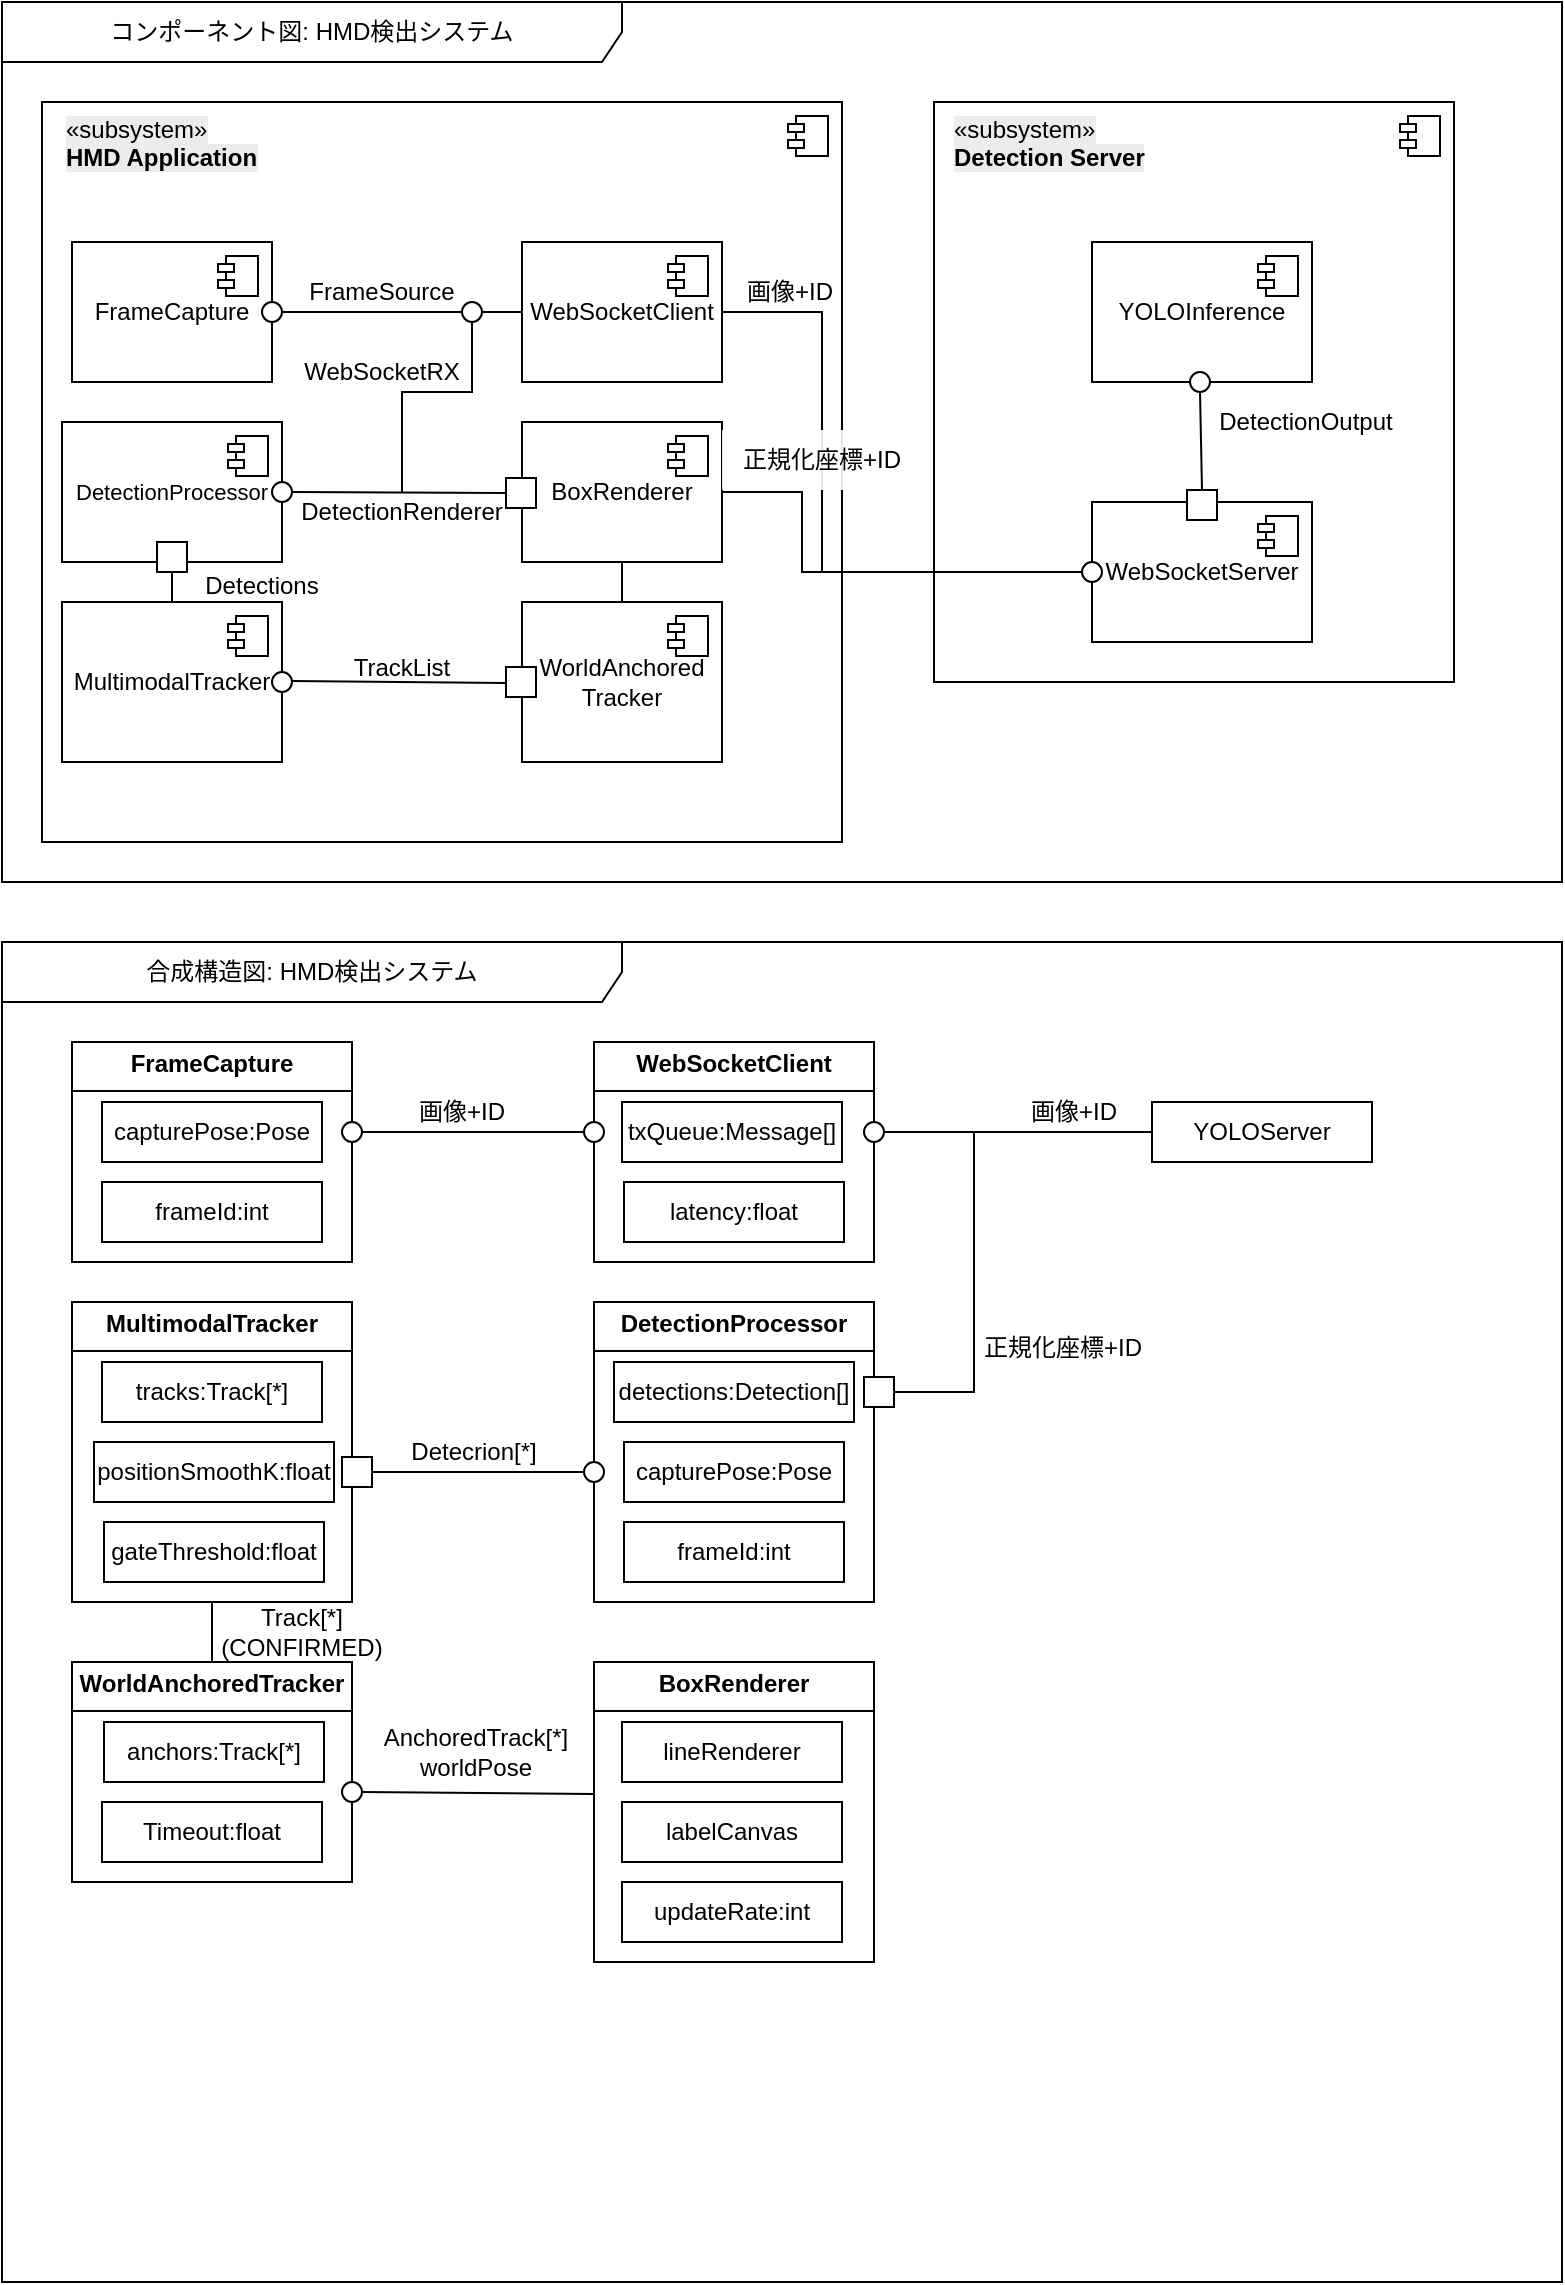
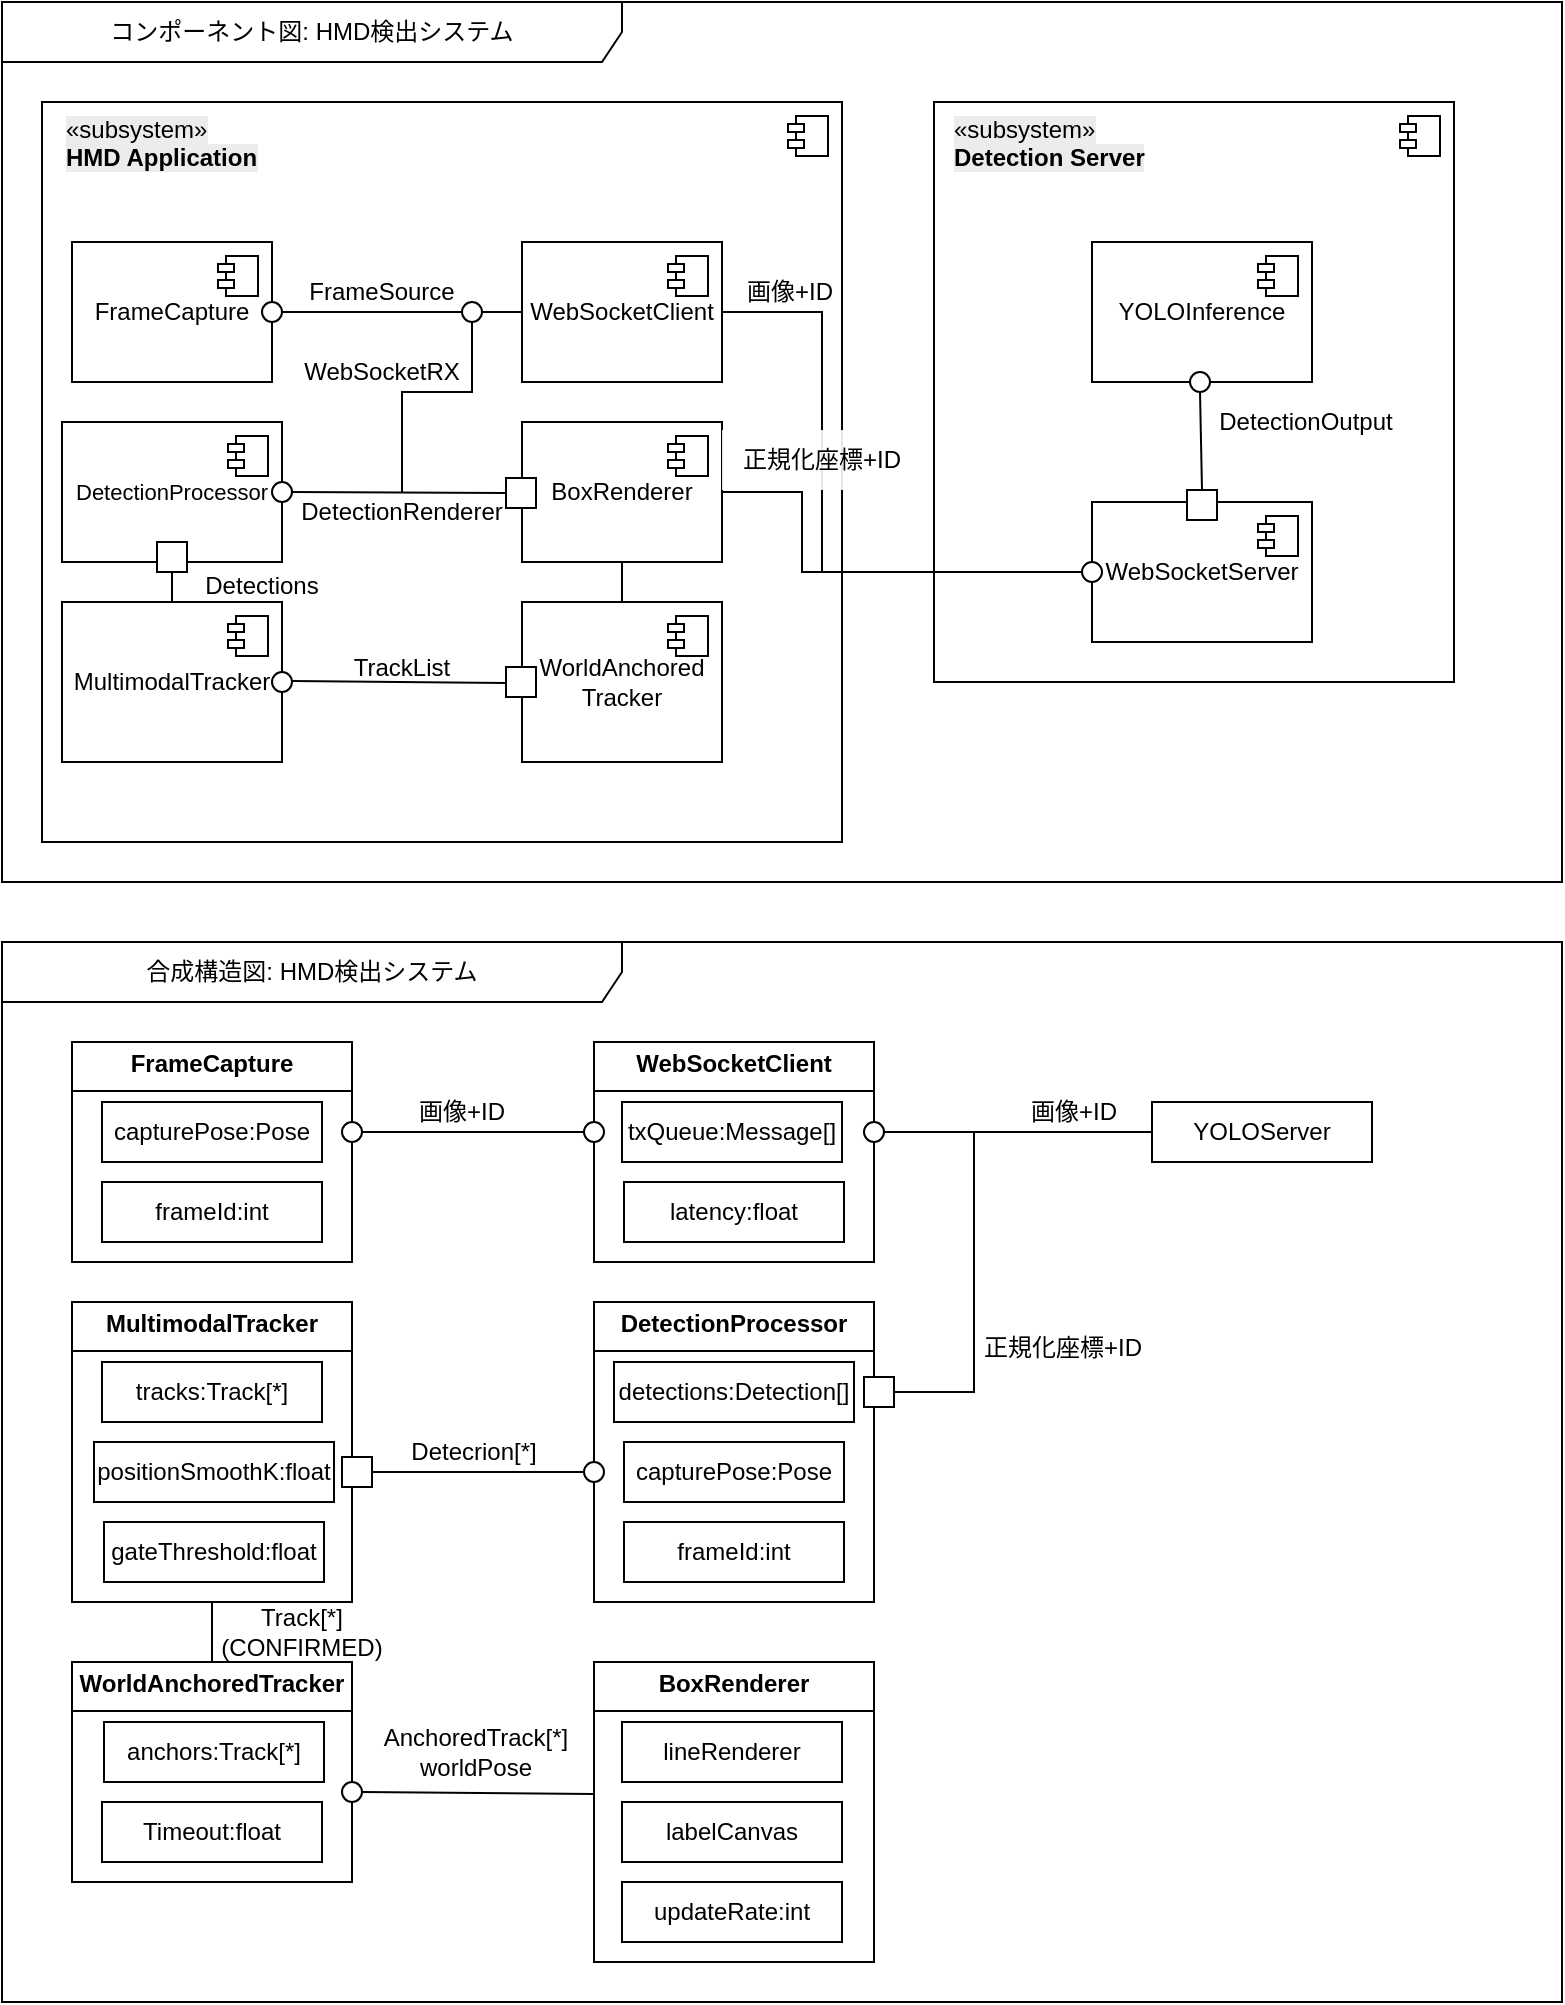
<mxfile host="app.diagrams.net">
  <diagram name="ページ-1" id="DtH6AvwE5zcW3kwFTXOg">
-     <mxGraphModel dx="1609" dy="918" grid="1" gridSize="10" guides="1" tooltips="1" connect="1" arrows="1" fold="1" page="1" pageScale="1" pageWidth="827" pageHeight="1169" math="0" shadow="0">
+     <mxGraphModel dx="1303" dy="743" grid="1" gridSize="10" guides="1" tooltips="1" connect="1" arrows="1" fold="1" page="1" pageScale="1" pageWidth="827" pageHeight="1169" math="0" shadow="0">
      <root>
        <mxCell id="0" />
        <mxCell id="1" parent="0" />
        <mxCell id="3QeEdlnvxezNMO2gkXxy-1" parent="1" style="shape=umlFrame;whiteSpace=wrap;html=1;pointerEvents=0;width=310;height=30;" value="コンポーネント図: HMD検出システム" vertex="1">
          <mxGeometry height="440" width="780" x="24" y="10" as="geometry" />
        </mxCell>
        <mxCell id="3QeEdlnvxezNMO2gkXxy-2" parent="1" style="html=1;dropTarget=0;whiteSpace=wrap;align=left;" value="" vertex="1">
          <mxGeometry height="370" width="400" x="44" y="60" as="geometry" />
        </mxCell>
        <mxCell id="3QeEdlnvxezNMO2gkXxy-3" parent="3QeEdlnvxezNMO2gkXxy-2" style="shape=module;jettyWidth=8;jettyHeight=4;" value="" vertex="1">
          <mxGeometry height="20" relative="1" width="20" x="1" as="geometry">
            <mxPoint x="-27" y="7" as="offset" />
          </mxGeometry>
        </mxCell>
        <mxCell id="3QeEdlnvxezNMO2gkXxy-4" parent="1" style="text;whiteSpace=wrap;html=1;" value="&lt;span&gt;&lt;span style=&quot;color: rgb(0, 0, 0); font-family: Helvetica; font-size: 12px; font-style: normal; font-variant-ligatures: normal; font-variant-caps: normal; font-weight: 400; letter-spacing: normal; orphans: 2; text-align: left; text-indent: 0px; text-transform: none; widows: 2; word-spacing: 0px; -webkit-text-stroke-width: 0px; white-space: normal; text-decoration-thickness: initial; text-decoration-style: initial; text-decoration-color: initial; float: none; display: inline !important; background-color: rgb(236, 236, 236);&quot;&gt;«subsystem»&lt;/span&gt;&lt;br style=&quot;forced-color-adjust: none; color: rgb(0, 0, 0); font-family: Helvetica; font-size: 12px; font-style: normal; font-variant-ligatures: normal; font-variant-caps: normal; font-weight: 400; letter-spacing: normal; orphans: 2; text-align: left; text-indent: 0px; text-transform: none; widows: 2; word-spacing: 0px; -webkit-text-stroke-width: 0px; white-space: normal; text-decoration-thickness: initial; text-decoration-style: initial; text-decoration-color: initial; background-color: rgb(236, 236, 236);&quot;&gt;&lt;b style=&quot;forced-color-adjust: none; color: rgb(0, 0, 0); font-family: Helvetica; font-size: 12px; font-style: normal; font-variant-ligatures: normal; font-variant-caps: normal; letter-spacing: normal; orphans: 2; text-align: left; text-indent: 0px; text-transform: none; widows: 2; word-spacing: 0px; -webkit-text-stroke-width: 0px; white-space: normal; text-decoration-thickness: initial; text-decoration-style: initial; text-decoration-color: initial; background-color: rgb(236, 236, 236);&quot;&gt;HMD Application&lt;/b&gt;&lt;/span&gt;" vertex="1">
          <mxGeometry height="50" width="130" x="54" y="60" as="geometry" />
        </mxCell>
        <mxCell id="3QeEdlnvxezNMO2gkXxy-5" parent="1" style="html=1;dropTarget=0;whiteSpace=wrap;" value="FrameCapture" vertex="1">
          <mxGeometry height="70" width="100" x="59" y="130" as="geometry" />
        </mxCell>
        <mxCell id="3QeEdlnvxezNMO2gkXxy-6" parent="3QeEdlnvxezNMO2gkXxy-5" style="shape=module;jettyWidth=8;jettyHeight=4;" value="" vertex="1">
          <mxGeometry height="20" relative="1" width="20" x="1" as="geometry">
            <mxPoint x="-27" y="7" as="offset" />
          </mxGeometry>
        </mxCell>
        <mxCell id="3QeEdlnvxezNMO2gkXxy-7" parent="1" style="html=1;dropTarget=0;whiteSpace=wrap;" value="WebSocketClient&lt;span style=&quot;color: rgba(0, 0, 0, 0); font-family: monospace; font-size: 0px; text-align: start; text-wrap-mode: nowrap;&quot;&gt;%3CmxGraphModel%3E%3Croot%3E%3CmxCell%20id%3D%220%22%2F%3E%3CmxCell%20id%3D%221%22%20parent%3D%220%22%2F%3E%3CmxCell%20id%3D%222%22%20parent%3D%221%22%20style%3D%22html%3D1%3BdropTarget%3D0%3BwhiteSpace%3Dwrap%3B%22%20value%3D%22FrameCapture%22%20vertex%3D%221%22%3E%3CmxGeometry%20height%3D%2270%22%20width%3D%22100%22%20x%3D%2250%22%20y%3D%22150%22%20as%3D%22geometry%22%2F%3E%3C%2FmxCell%3E%3CmxCell%20id%3D%223%22%20parent%3D%222%22%20style%3D%22shape%3Dmodule%3BjettyWidth%3D8%3BjettyHeight%3D4%3B%22%20value%3D%22%22%20vertex%3D%221%22%3E%3CmxGeometry%20height%3D%2220%22%20relative%3D%221%22%20width%3D%2220%22%20x%3D%221%22%20as%3D%22geometry%22%3E%3CmxPoint%20x%3D%22-27%22%20y%3D%227%22%20as%3D%22offset%22%2F%3E%3C%2FmxGeometry%3E%3C%2FmxCell%3E%3C%2Froot%3E%3C%2FmxGraphModel%3E&lt;/span&gt;&lt;span style=&quot;color: rgba(0, 0, 0, 0); font-family: monospace; font-size: 0px; text-align: start; text-wrap-mode: nowrap;&quot;&gt;%3CmxGraphModel%3E%3Croot%3E%3CmxCell%20id%3D%220%22%2F%3E%3CmxCell%20id%3D%221%22%20parent%3D%220%22%2F%3E%3CmxCell%20id%3D%222%22%20parent%3D%221%22%20style%3D%22html%3D1%3BdropTarget%3D0%3BwhiteSpace%3Dwrap%3B%22%20value%3D%22FrameCapture%22%20vertex%3D%221%22%3E%3CmxGeometry%20height%3D%2270%22%20width%3D%22100%22%20x%3D%2250%22%20y%3D%22150%22%20as%3D%22geometry%22%2F%3E%3C%2FmxCell%3E%3CmxCell%20id%3D%223%22%20parent%3D%222%22%20style%3D%22shape%3Dmodule%3BjettyWidth%3D8%3BjettyHeight%3D4%3B%22%20value%3D%22%22%20vertex%3D%221%22%3E%3CmxGeometry%20height%3D%2220%22%20relative%3D%221%22%20width%3D%2220%22%20x%3D%221%22%20as%3D%22geometry%22%3E%3CmxPoint%20x%3D%22-27%22%20y%3D%227%22%20as%3D%22offset%22%2F%3E%3C%2FmxGeometry%3E%3C%2FmxCell%3E%3C%2Froot%3E%3C%2FmxGraphModel%3E&lt;/span&gt;" vertex="1">
          <mxGeometry height="70" width="100" x="284" y="130" as="geometry" />
        </mxCell>
        <mxCell id="3QeEdlnvxezNMO2gkXxy-8" parent="3QeEdlnvxezNMO2gkXxy-7" style="shape=module;jettyWidth=8;jettyHeight=4;" value="" vertex="1">
          <mxGeometry height="20" relative="1" width="20" x="1" as="geometry">
            <mxPoint x="-27" y="7" as="offset" />
          </mxGeometry>
        </mxCell>
        <mxCell id="3QeEdlnvxezNMO2gkXxy-9" parent="1" style="html=1;dropTarget=0;whiteSpace=wrap;" value="&lt;font style=&quot;font-size: 11px;&quot;&gt;DetectionProcessor&lt;/font&gt;" vertex="1">
          <mxGeometry height="70" width="110" x="54" y="220" as="geometry" />
        </mxCell>
        <mxCell id="3QeEdlnvxezNMO2gkXxy-10" parent="3QeEdlnvxezNMO2gkXxy-9" style="shape=module;jettyWidth=8;jettyHeight=4;" value="" vertex="1">
          <mxGeometry height="20" relative="1" width="20" x="1" as="geometry">
            <mxPoint x="-27" y="7" as="offset" />
          </mxGeometry>
        </mxCell>
        <mxCell id="3QeEdlnvxezNMO2gkXxy-11" parent="1" style="html=1;dropTarget=0;whiteSpace=wrap;" value="BoxRenderer" vertex="1">
          <mxGeometry height="70" width="100" x="284" y="220" as="geometry" />
        </mxCell>
        <mxCell id="3QeEdlnvxezNMO2gkXxy-12" parent="3QeEdlnvxezNMO2gkXxy-11" style="shape=module;jettyWidth=8;jettyHeight=4;" value="" vertex="1">
          <mxGeometry height="20" relative="1" width="20" x="1" as="geometry">
            <mxPoint x="-27" y="7" as="offset" />
          </mxGeometry>
        </mxCell>
        <mxCell id="3QeEdlnvxezNMO2gkXxy-13" parent="1" style="html=1;dropTarget=0;whiteSpace=wrap;" value="MultimodalTracker" vertex="1">
          <mxGeometry height="80" width="110" x="54" y="310" as="geometry" />
        </mxCell>
        <mxCell id="3QeEdlnvxezNMO2gkXxy-14" parent="3QeEdlnvxezNMO2gkXxy-13" style="shape=module;jettyWidth=8;jettyHeight=4;" value="" vertex="1">
          <mxGeometry height="20" relative="1" width="20" x="1" as="geometry">
            <mxPoint x="-27" y="7" as="offset" />
          </mxGeometry>
        </mxCell>
        <mxCell id="3QeEdlnvxezNMO2gkXxy-15" parent="1" style="html=1;dropTarget=0;whiteSpace=wrap;" value="WorldAnchored&lt;div&gt;Tracker&lt;/div&gt;" vertex="1">
          <mxGeometry height="80" width="100" x="284" y="310" as="geometry" />
        </mxCell>
        <mxCell id="3QeEdlnvxezNMO2gkXxy-16" parent="3QeEdlnvxezNMO2gkXxy-15" style="shape=module;jettyWidth=8;jettyHeight=4;" value="" vertex="1">
          <mxGeometry height="20" relative="1" width="20" x="1" as="geometry">
            <mxPoint x="-27" y="7" as="offset" />
          </mxGeometry>
        </mxCell>
        <mxCell id="3QeEdlnvxezNMO2gkXxy-18" parent="1" style="ellipse;whiteSpace=wrap;html=1;aspect=fixed;" value="" vertex="1">
          <mxGeometry height="10" width="10" x="154" y="160" as="geometry" />
        </mxCell>
        <mxCell id="3QeEdlnvxezNMO2gkXxy-19" edge="1" parent="1" source="3QeEdlnvxezNMO2gkXxy-18" style="endArrow=none;html=1;rounded=0;exitX=1;exitY=0.5;exitDx=0;exitDy=0;entryX=0;entryY=0.5;entryDx=0;entryDy=0;" target="3QeEdlnvxezNMO2gkXxy-7" value="">
          <mxGeometry height="50" relative="1" width="50" as="geometry">
            <mxPoint x="214" y="180.90909090909088" as="sourcePoint" />
            <mxPoint x="214" y="199.09090909090912" as="targetPoint" />
          </mxGeometry>
        </mxCell>
        <mxCell id="3QeEdlnvxezNMO2gkXxy-20" parent="1" style="ellipse;whiteSpace=wrap;html=1;aspect=fixed;" value="" vertex="1">
          <mxGeometry height="10" width="10" x="159" y="250" as="geometry" />
        </mxCell>
        <mxCell id="3QeEdlnvxezNMO2gkXxy-21" parent="1" style="whiteSpace=wrap;html=1;aspect=fixed;" value="" vertex="1">
          <mxGeometry height="15" width="15" x="276" y="248" as="geometry" />
        </mxCell>
        <mxCell id="3QeEdlnvxezNMO2gkXxy-22" edge="1" parent="1" source="3QeEdlnvxezNMO2gkXxy-21" style="endArrow=none;html=1;rounded=0;entryX=1;entryY=0.5;entryDx=0;entryDy=0;exitX=0;exitY=0.5;exitDx=0;exitDy=0;" target="3QeEdlnvxezNMO2gkXxy-20" value="">
          <mxGeometry height="50" relative="1" width="50" as="geometry">
            <Array as="points" />
            <mxPoint x="314" y="310" as="sourcePoint" />
            <mxPoint x="364" y="260" as="targetPoint" />
          </mxGeometry>
        </mxCell>
        <mxCell id="3QeEdlnvxezNMO2gkXxy-23" edge="1" parent="1" style="endArrow=none;html=1;rounded=0;entryX=0.5;entryY=1;entryDx=0;entryDy=0;" value="">
          <mxGeometry height="50" relative="1" width="50" as="geometry">
            <Array as="points">
              <mxPoint x="224" y="235" />
              <mxPoint x="224" y="205" />
              <mxPoint x="259" y="205" />
            </Array>
            <mxPoint x="224" y="255" as="sourcePoint" />
            <mxPoint x="259" y="165" as="targetPoint" />
          </mxGeometry>
        </mxCell>
        <mxCell id="3QeEdlnvxezNMO2gkXxy-17" parent="1" style="ellipse;whiteSpace=wrap;html=1;aspect=fixed;" value="" vertex="1">
          <mxGeometry height="10" width="10" x="254" y="160" as="geometry" />
        </mxCell>
        <mxCell id="3QeEdlnvxezNMO2gkXxy-24" parent="1" style="whiteSpace=wrap;html=1;aspect=fixed;" value="" vertex="1">
          <mxGeometry height="15" width="15" x="101.5" y="280" as="geometry" />
        </mxCell>
        <mxCell id="3QeEdlnvxezNMO2gkXxy-25" parent="1" style="whiteSpace=wrap;html=1;aspect=fixed;" value="" vertex="1">
          <mxGeometry height="15" width="15" x="276" y="342.5" as="geometry" />
        </mxCell>
        <mxCell id="3QeEdlnvxezNMO2gkXxy-26" parent="1" style="ellipse;whiteSpace=wrap;html=1;aspect=fixed;" value="" vertex="1">
          <mxGeometry height="10" width="10" x="159" y="345" as="geometry" />
        </mxCell>
        <mxCell id="3QeEdlnvxezNMO2gkXxy-27" edge="1" parent="1" style="endArrow=none;html=1;rounded=0;entryX=1;entryY=0.5;entryDx=0;entryDy=0;exitX=0;exitY=0.5;exitDx=0;exitDy=0;" value="">
          <mxGeometry height="50" relative="1" width="50" as="geometry">
            <Array as="points" />
            <mxPoint x="276" y="350.5" as="sourcePoint" />
            <mxPoint x="169" y="349.5" as="targetPoint" />
          </mxGeometry>
        </mxCell>
        <mxCell id="3QeEdlnvxezNMO2gkXxy-28" edge="1" parent="1" source="3QeEdlnvxezNMO2gkXxy-13" style="endArrow=none;html=1;rounded=0;entryX=0.5;entryY=1;entryDx=0;entryDy=0;exitX=0.5;exitY=0;exitDx=0;exitDy=0;" target="3QeEdlnvxezNMO2gkXxy-24" value="">
          <mxGeometry height="50" relative="1" width="50" as="geometry">
            <Array as="points" />
            <mxPoint x="281" y="311" as="sourcePoint" />
            <mxPoint x="174" y="310" as="targetPoint" />
          </mxGeometry>
        </mxCell>
        <mxCell id="3QeEdlnvxezNMO2gkXxy-29" edge="1" parent="1" source="3QeEdlnvxezNMO2gkXxy-15" style="endArrow=none;html=1;rounded=0;entryX=0.5;entryY=1;entryDx=0;entryDy=0;exitX=0.5;exitY=0;exitDx=0;exitDy=0;" target="3QeEdlnvxezNMO2gkXxy-11" value="">
          <mxGeometry height="50" relative="1" width="50" as="geometry">
            <Array as="points" />
            <mxPoint x="321" y="301" as="sourcePoint" />
            <mxPoint x="214" y="300" as="targetPoint" />
          </mxGeometry>
        </mxCell>
        <mxCell id="3QeEdlnvxezNMO2gkXxy-30" parent="1" style="text;html=1;whiteSpace=wrap;strokeColor=none;fillColor=none;align=center;verticalAlign=middle;rounded=0;" value="FrameSource" vertex="1">
          <mxGeometry height="30" width="60" x="184" y="140" as="geometry" />
        </mxCell>
        <mxCell id="3QeEdlnvxezNMO2gkXxy-31" parent="1" style="text;html=1;whiteSpace=wrap;strokeColor=none;fillColor=none;align=center;verticalAlign=middle;rounded=0;" value="WebSocketRX" vertex="1">
          <mxGeometry height="30" width="60" x="184" y="180" as="geometry" />
        </mxCell>
        <mxCell id="3QeEdlnvxezNMO2gkXxy-34" parent="1" style="text;html=1;whiteSpace=wrap;strokeColor=none;fillColor=none;align=center;verticalAlign=middle;rounded=0;" value="DetectionRenderer" vertex="1">
          <mxGeometry height="30" width="60" x="194" y="250" as="geometry" />
        </mxCell>
        <mxCell id="3QeEdlnvxezNMO2gkXxy-35" parent="1" style="text;html=1;whiteSpace=wrap;strokeColor=none;fillColor=none;align=center;verticalAlign=middle;rounded=0;" value="Detections" vertex="1">
          <mxGeometry height="30" width="60" x="124" y="287" as="geometry" />
        </mxCell>
        <mxCell id="3QeEdlnvxezNMO2gkXxy-36" parent="1" style="text;html=1;whiteSpace=wrap;strokeColor=none;fillColor=none;align=center;verticalAlign=middle;rounded=0;" value="TrackList" vertex="1">
          <mxGeometry height="30" width="60" x="194" y="327.5" as="geometry" />
        </mxCell>
        <mxCell id="3QeEdlnvxezNMO2gkXxy-37" parent="1" style="html=1;dropTarget=0;whiteSpace=wrap;align=left;" value="&lt;mxGraphModel&gt;&lt;root&gt;&lt;mxCell id=&quot;0&quot;/&gt;&lt;mxCell id=&quot;1&quot; parent=&quot;0&quot;/&gt;&lt;mxCell id=&quot;2&quot; parent=&quot;1&quot; style=&quot;html=1;dropTarget=0;whiteSpace=wrap;&quot; value=&quot;WebSocketClient&amp;lt;span style=&amp;quot;color: rgba(0, 0, 0, 0); font-family: monospace; font-size: 0px; text-align: start; text-wrap-mode: nowrap;&amp;quot;&amp;gt;%3CmxGraphModel%3E%3Croot%3E%3CmxCell%20id%3D%220%22%2F%3E%3CmxCell%20id%3D%221%22%20parent%3D%220%22%2F%3E%3CmxCell%20id%3D%222%22%20parent%3D%221%22%20style%3D%22html%3D1%3BdropTarget%3D0%3BwhiteSpace%3Dwrap%3B%22%20value%3D%22FrameCapture%22%20vertex%3D%221%22%3E%3CmxGeometry%20height%3D%2270%22%20width%3D%22100%22%20x%3D%2250%22%20y%3D%22150%22%20as%3D%22geometry%22%2F%3E%3C%2FmxCell%3E%3CmxCell%20id%3D%223%22%20parent%3D%222%22%20style%3D%22shape%3Dmodule%3BjettyWidth%3D8%3BjettyHeight%3D4%3B%22%20value%3D%22%22%20vertex%3D%221%22%3E%3CmxGeometry%20height%3D%2220%22%20relative%3D%221%22%20width%3D%2220%22%20x%3D%221%22%20as%3D%22geometry%22%3E%3CmxPoint%20x%3D%22-27%22%20y%3D%227%22%20as%3D%22offset%22%2F%3E%3C%2FmxGeometry%3E%3C%2FmxCell%3E%3C%2Froot%3E%3C%2FmxGraphModel%3E&amp;lt;/span&amp;gt;&amp;lt;span style=&amp;quot;color: rgba(0, 0, 0, 0); font-family: monospace; font-size: 0px; text-align: start; text-wrap-mode: nowrap;&amp;quot;&amp;gt;%3CmxGraphModel%3E%3Croot%3E%3CmxCell%20id%3D%220%22%2F%3E%3CmxCell%20id%3D%221%22%20parent%3D%220%22%2F%3E%3CmxCell%20id%3D%222%22%20parent%3D%221%22%20style%3D%22html%3D1%3BdropTarget%3D0%3BwhiteSpace%3Dwrap%3B%22%20value%3D%22FrameCapture%22%20vertex%3D%221%22%3E%3CmxGeometry%20height%3D%2270%22%20width%3D%22100%22%20x%3D%2250%22%20y%3D%22150%22%20as%3D%22geometry%22%2F%3E%3C%2FmxCell%3E%3CmxCell%20id%3D%223%22%20parent%3D%222%22%20style%3D%22shape%3Dmodule%3BjettyWidth%3D8%3BjettyHeight%3D4%3B%22%20value%3D%22%22%20vertex%3D%221%22%3E%3CmxGeometry%20height%3D%2220%22%20relative%3D%221%22%20width%3D%2220%22%20x%3D%221%22%20as%3D%22geometry%22%3E%3CmxPoint%20x%3D%22-27%22%20y%3D%227%22%20as%3D%22offset%22%2F%3E%3C%2FmxGeometry%3E%3C%2FmxCell%3E%3C%2Froot%3E%3C%2FmxGraphModel%3E" vertex="1">
          <mxGeometry height="290" width="260" x="490" y="60" as="geometry" />
        </mxCell>
        <mxCell id="3QeEdlnvxezNMO2gkXxy-38" parent="3QeEdlnvxezNMO2gkXxy-37" style="shape=module;jettyWidth=8;jettyHeight=4;" value="" vertex="1">
          <mxGeometry height="20" relative="1" width="20" x="1" as="geometry">
            <mxPoint x="-27" y="7" as="offset" />
          </mxGeometry>
        </mxCell>
        <mxCell id="3QeEdlnvxezNMO2gkXxy-39" parent="1" style="text;whiteSpace=wrap;html=1;" value="&lt;span&gt;&lt;span style=&quot;color: rgb(0, 0, 0); font-family: Helvetica; font-size: 12px; font-style: normal; font-variant-ligatures: normal; font-variant-caps: normal; font-weight: 400; letter-spacing: normal; orphans: 2; text-align: left; text-indent: 0px; text-transform: none; widows: 2; word-spacing: 0px; -webkit-text-stroke-width: 0px; white-space: normal; text-decoration-thickness: initial; text-decoration-style: initial; text-decoration-color: initial; float: none; background-color: rgb(236, 236, 236); display: inline !important;&quot;&gt;«subsystem»&lt;/span&gt;&lt;br style=&quot;forced-color-adjust: none; color: rgb(0, 0, 0); font-family: Helvetica; font-size: 12px; font-style: normal; font-variant-ligatures: normal; font-variant-caps: normal; font-weight: 400; letter-spacing: normal; orphans: 2; text-align: left; text-indent: 0px; text-transform: none; widows: 2; word-spacing: 0px; -webkit-text-stroke-width: 0px; white-space: normal; text-decoration-thickness: initial; text-decoration-style: initial; text-decoration-color: initial; background-color: rgb(236, 236, 236);&quot;&gt;&lt;b style=&quot;forced-color-adjust: none; color: rgb(0, 0, 0); font-family: Helvetica; font-size: 12px; font-style: normal; font-variant-ligatures: normal; font-variant-caps: normal; letter-spacing: normal; orphans: 2; text-align: left; text-indent: 0px; text-transform: none; widows: 2; word-spacing: 0px; -webkit-text-stroke-width: 0px; white-space: normal; text-decoration-thickness: initial; text-decoration-style: initial; text-decoration-color: initial; background-color: rgb(236, 236, 236);&quot;&gt;Detection Server&lt;/b&gt;&lt;/span&gt;" vertex="1">
          <mxGeometry height="50" width="130" x="498" y="60" as="geometry" />
        </mxCell>
        <mxCell id="3QeEdlnvxezNMO2gkXxy-41" parent="1" style="html=1;dropTarget=0;whiteSpace=wrap;" value="YOLOInference" vertex="1">
          <mxGeometry height="70" width="110" x="569" y="130" as="geometry" />
        </mxCell>
        <mxCell id="3QeEdlnvxezNMO2gkXxy-42" parent="3QeEdlnvxezNMO2gkXxy-41" style="shape=module;jettyWidth=8;jettyHeight=4;" value="" vertex="1">
          <mxGeometry height="20" relative="1" width="20" x="1" as="geometry">
            <mxPoint x="-27" y="7" as="offset" />
          </mxGeometry>
        </mxCell>
        <mxCell id="3QeEdlnvxezNMO2gkXxy-43" parent="1" style="html=1;dropTarget=0;whiteSpace=wrap;" value="WebSocketServer" vertex="1">
          <mxGeometry height="70" width="110" x="569" y="260" as="geometry" />
        </mxCell>
        <mxCell id="3QeEdlnvxezNMO2gkXxy-44" parent="3QeEdlnvxezNMO2gkXxy-43" style="shape=module;jettyWidth=8;jettyHeight=4;" value="" vertex="1">
          <mxGeometry height="20" relative="1" width="20" x="1" as="geometry">
            <mxPoint x="-27" y="7" as="offset" />
          </mxGeometry>
        </mxCell>
        <mxCell id="3QeEdlnvxezNMO2gkXxy-45" parent="1" style="ellipse;whiteSpace=wrap;html=1;aspect=fixed;" value="" vertex="1">
          <mxGeometry height="10" width="10" x="618" y="195" as="geometry" />
        </mxCell>
        <mxCell id="3QeEdlnvxezNMO2gkXxy-46" parent="1" style="ellipse;whiteSpace=wrap;html=1;aspect=fixed;" value="" vertex="1">
          <mxGeometry height="10" width="10" x="564" y="290" as="geometry" />
        </mxCell>
        <mxCell id="3QeEdlnvxezNMO2gkXxy-47" parent="1" style="whiteSpace=wrap;html=1;aspect=fixed;" value="" vertex="1">
          <mxGeometry height="15" width="15" x="616.5" y="254" as="geometry" />
        </mxCell>
        <mxCell id="3QeEdlnvxezNMO2gkXxy-48" edge="1" parent="1" source="3QeEdlnvxezNMO2gkXxy-47" style="endArrow=none;html=1;rounded=0;entryX=0.5;entryY=1;entryDx=0;entryDy=0;exitX=0.5;exitY=0;exitDx=0;exitDy=0;" target="3QeEdlnvxezNMO2gkXxy-45" value="">
          <mxGeometry height="50" relative="1" width="50" as="geometry">
            <mxPoint x="434" y="250" as="sourcePoint" />
            <mxPoint x="484" y="200" as="targetPoint" />
          </mxGeometry>
        </mxCell>
        <mxCell id="3QeEdlnvxezNMO2gkXxy-50" edge="1" parent="1" source="3QeEdlnvxezNMO2gkXxy-46" style="endArrow=none;html=1;rounded=0;entryX=1;entryY=0.5;entryDx=0;entryDy=0;exitX=0;exitY=0.5;exitDx=0;exitDy=0;" target="3QeEdlnvxezNMO2gkXxy-7" value="">
          <mxGeometry height="50" relative="1" width="50" as="geometry">
            <Array as="points">
              <mxPoint x="434" y="295" />
              <mxPoint x="434" y="165" />
            </Array>
            <mxPoint x="434" y="250" as="sourcePoint" />
            <mxPoint x="484" y="200" as="targetPoint" />
          </mxGeometry>
        </mxCell>
        <mxCell id="3QeEdlnvxezNMO2gkXxy-51" edge="1" parent="1" source="3QeEdlnvxezNMO2gkXxy-11" style="endArrow=none;html=1;rounded=0;exitX=1;exitY=0.5;exitDx=0;exitDy=0;entryX=0;entryY=0.5;entryDx=0;entryDy=0;" target="3QeEdlnvxezNMO2gkXxy-46" value="">
          <mxGeometry height="50" relative="1" width="50" as="geometry">
            <Array as="points">
              <mxPoint x="424" y="255" />
              <mxPoint x="424" y="295" />
            </Array>
            <mxPoint x="434" y="250" as="sourcePoint" />
            <mxPoint x="484" y="200" as="targetPoint" />
          </mxGeometry>
        </mxCell>
        <mxCell id="3QeEdlnvxezNMO2gkXxy-52" parent="1" style="text;html=1;whiteSpace=wrap;strokeColor=none;fillColor=none;align=center;verticalAlign=middle;rounded=0;" value="画像+ID" vertex="1">
          <mxGeometry height="30" width="60" x="388" y="140" as="geometry" />
        </mxCell>
        <mxCell id="3QeEdlnvxezNMO2gkXxy-53" parent="1" style="text;html=1;whiteSpace=wrap;strokeColor=none;fillColor=default;align=center;verticalAlign=middle;rounded=0;opacity=90;" value="正規化座標+ID" vertex="1">
          <mxGeometry height="30" width="100" x="384" y="224" as="geometry" />
        </mxCell>
        <mxCell id="3QeEdlnvxezNMO2gkXxy-54" parent="1" style="text;html=1;whiteSpace=wrap;strokeColor=none;fillColor=none;align=center;verticalAlign=middle;rounded=0;" value="DetectionOutput" vertex="1">
          <mxGeometry height="30" width="96" x="628" y="205" as="geometry" />
        </mxCell>
        <mxCell id="3QeEdlnvxezNMO2gkXxy-65" parent="1" style="verticalAlign=top;align=left;overflow=fill;html=1;whiteSpace=wrap;" value="&lt;p style=&quot;margin:0px;margin-top:4px;text-align:center;&quot;&gt;&lt;b&gt;FrameCapture&lt;/b&gt;&lt;/p&gt;&lt;hr size=&quot;1&quot; style=&quot;border-style:solid;&quot;&gt;&lt;div style=&quot;height:2px;&quot;&gt;&lt;/div&gt;" vertex="1">
          <mxGeometry height="110" width="140" x="59" y="530" as="geometry" />
        </mxCell>
        <mxCell id="3QeEdlnvxezNMO2gkXxy-55" parent="1" style="shape=umlFrame;whiteSpace=wrap;html=1;pointerEvents=0;width=310;height=30;" value="合成構造図: HMD検出システム" vertex="1">
-           <mxGeometry height="670" width="780" x="24" y="480" as="geometry" />
+           <mxGeometry height="530" width="780" x="24" y="480" as="geometry" />
        </mxCell>
        <mxCell id="3QeEdlnvxezNMO2gkXxy-58" parent="1" style="html=1;whiteSpace=wrap;" value="capturePose:Pose&lt;span style=&quot;color: rgba(0, 0, 0, 0); font-family: monospace; font-size: 0px; text-align: start; text-wrap-mode: nowrap;&quot;&gt;%3CmxGraphModel%3E%3Croot%3E%3CmxCell%20id%3D%220%22%2F%3E%3CmxCell%20id%3D%221%22%20parent%3D%220%22%2F%3E%3CmxCell%20id%3D%222%22%20parent%3D%221%22%20style%3D%22html%3D1%3BwhiteSpace%3Dwrap%3B%22%20value%3D%22%3AFrameCapture%22%20vertex%3D%221%22%3E%3CmxGeometry%20height%3D%2230%22%20width%3D%22110%22%20x%3D%2299%22%20y%3D%22560%22%20as%3D%22geometry%22%2F%3E%3C%2FmxCell%3E%3C%2Froot%3E%3C%2FmxGraphModel%3E&lt;/span&gt;&lt;span style=&quot;color: rgba(0, 0, 0, 0); font-family: monospace; font-size: 0px; text-align: start; text-wrap-mode: nowrap;&quot;&gt;%3CmxGraphModel%3E%3Croot%3E%3CmxCell%20id%3D%220%22%2F%3E%3CmxCell%20id%3D%221%22%20parent%3D%220%22%2F%3E%3CmxCell%20id%3D%222%22%20parent%3D%221%22%20style%3D%22html%3D1%3BwhiteSpace%3Dwrap%3B%22%20value%3D%22%3AFrameCapture%22%20vertex%3D%221%22%3E%3CmxGeometry%20height%3D%2230%22%20width%3D%22110%22%20x%3D%2299%22%20y%3D%22560%22%20as%3D%22geometry%22%2F%3E%3C%2FmxCell%3E%3C%2Froot%3E%3C%2FmxGraphModel%3E&lt;/span&gt;&lt;span style=&quot;color: rgba(0, 0, 0, 0); font-family: monospace; font-size: 0px; text-align: start; text-wrap-mode: nowrap;&quot;&gt;%3CmxGraphModel%3E%3Croot%3E%3CmxCell%20id%3D%220%22%2F%3E%3CmxCell%20id%3D%221%22%20parent%3D%220%22%2F%3E%3CmxCell%20id%3D%222%22%20parent%3D%221%22%20style%3D%22html%3D1%3BwhiteSpace%3Dwrap%3B%22%20value%3D%22%3AFrameCapture%22%20vertex%3D%221%22%3E%3CmxGeometry%20height%3D%2230%22%20width%3D%22110%22%20x%3D%2299%22%20y%3D%22560%22%20as%3D%22geometry%22%2F%3E%3C%2FmxCell%3E%3C%2Froot%3E%3C%2FmxGraphModel%3E&lt;/span&gt;" vertex="1">
          <mxGeometry height="30" width="110" x="74" y="560" as="geometry" />
        </mxCell>
        <mxCell id="3QeEdlnvxezNMO2gkXxy-60" parent="1" style="html=1;whiteSpace=wrap;" value="frameId:int" vertex="1">
          <mxGeometry height="30" width="110" x="74" y="600" as="geometry" />
        </mxCell>
        <mxCell id="3QeEdlnvxezNMO2gkXxy-64" parent="1" style="verticalAlign=top;align=left;overflow=fill;html=1;whiteSpace=wrap;" value="&lt;p style=&quot;margin:0px;margin-top:4px;text-align:center;&quot;&gt;&lt;b&gt;WebSocketClient&lt;/b&gt;&lt;/p&gt;&lt;hr size=&quot;1&quot; style=&quot;border-style:solid;&quot;&gt;&lt;div style=&quot;height:2px;&quot;&gt;&lt;/div&gt;" vertex="1">
          <mxGeometry height="110" width="140" x="320" y="530" as="geometry" />
        </mxCell>
        <mxCell id="3QeEdlnvxezNMO2gkXxy-68" parent="1" style="html=1;whiteSpace=wrap;" value="txQueue:Message[]" vertex="1">
          <mxGeometry height="30" width="110" x="334" y="560" as="geometry" />
        </mxCell>
        <mxCell id="3QeEdlnvxezNMO2gkXxy-69" parent="1" style="html=1;whiteSpace=wrap;" value="latency:float" vertex="1">
          <mxGeometry height="30" width="110" x="335" y="600" as="geometry" />
        </mxCell>
        <mxCell id="3QeEdlnvxezNMO2gkXxy-70" parent="1" style="ellipse;whiteSpace=wrap;html=1;aspect=fixed;" value="" vertex="1">
          <mxGeometry height="10" width="10" x="194" y="570" as="geometry" />
        </mxCell>
        <mxCell id="3QeEdlnvxezNMO2gkXxy-71" parent="1" style="ellipse;whiteSpace=wrap;html=1;aspect=fixed;" value="" vertex="1">
          <mxGeometry height="10" width="10" x="315" y="570" as="geometry" />
        </mxCell>
        <mxCell id="3QeEdlnvxezNMO2gkXxy-72" edge="1" parent="1" source="3QeEdlnvxezNMO2gkXxy-71" style="endArrow=none;html=1;rounded=0;entryX=1;entryY=0.5;entryDx=0;entryDy=0;exitX=0;exitY=0.5;exitDx=0;exitDy=0;" target="3QeEdlnvxezNMO2gkXxy-70" value="">
          <mxGeometry height="50" relative="1" width="50" as="geometry">
            <mxPoint x="350" y="620" as="sourcePoint" />
            <mxPoint x="400" y="570" as="targetPoint" />
          </mxGeometry>
        </mxCell>
        <mxCell id="3QeEdlnvxezNMO2gkXxy-73" parent="1" style="ellipse;whiteSpace=wrap;html=1;aspect=fixed;" value="" vertex="1">
          <mxGeometry height="10" width="10" x="455" y="570" as="geometry" />
        </mxCell>
        <mxCell id="3QeEdlnvxezNMO2gkXxy-75" parent="1" style="html=1;whiteSpace=wrap;" value="YOLOServer" vertex="1">
          <mxGeometry height="30" width="110" x="599" y="560" as="geometry" />
        </mxCell>
        <mxCell id="3QeEdlnvxezNMO2gkXxy-77" edge="1" parent="1" source="3QeEdlnvxezNMO2gkXxy-73" style="endArrow=none;html=1;rounded=0;entryX=0;entryY=0.5;entryDx=0;entryDy=0;exitX=1;exitY=0.5;exitDx=0;exitDy=0;" target="3QeEdlnvxezNMO2gkXxy-75" value="">
          <mxGeometry height="50" relative="1" width="50" as="geometry">
            <mxPoint x="550" y="550" as="sourcePoint" />
            <mxPoint x="600" y="500" as="targetPoint" />
          </mxGeometry>
        </mxCell>
        <mxCell id="3QeEdlnvxezNMO2gkXxy-78" parent="1" style="verticalAlign=top;align=left;overflow=fill;html=1;whiteSpace=wrap;" value="&lt;p style=&quot;margin:0px;margin-top:4px;text-align:center;&quot;&gt;&lt;b&gt;DetectionProcessor&lt;/b&gt;&lt;/p&gt;&lt;hr size=&quot;1&quot; style=&quot;border-style:solid;&quot;&gt;&lt;div style=&quot;height:2px;&quot;&gt;&lt;/div&gt;" vertex="1">
          <mxGeometry height="150" width="140" x="320" y="660" as="geometry" />
        </mxCell>
        <mxCell id="3QeEdlnvxezNMO2gkXxy-80" parent="1" style="html=1;whiteSpace=wrap;" value="detections:Detection[]" vertex="1">
          <mxGeometry height="30" width="120" x="330" y="690" as="geometry" />
        </mxCell>
        <mxCell id="3QeEdlnvxezNMO2gkXxy-81" parent="1" style="html=1;whiteSpace=wrap;" value="capturePose:Pose" vertex="1">
          <mxGeometry height="30" width="110" x="335" y="730" as="geometry" />
        </mxCell>
        <mxCell id="3QeEdlnvxezNMO2gkXxy-82" parent="1" style="html=1;whiteSpace=wrap;" value="frameId:int" vertex="1">
          <mxGeometry height="30" width="110" x="335" y="770" as="geometry" />
        </mxCell>
        <mxCell id="3QeEdlnvxezNMO2gkXxy-83" parent="1" style="whiteSpace=wrap;html=1;aspect=fixed;" value="" vertex="1">
          <mxGeometry height="15" width="15" x="455" y="697.5" as="geometry" />
        </mxCell>
        <mxCell id="3QeEdlnvxezNMO2gkXxy-84" edge="1" parent="1" source="3QeEdlnvxezNMO2gkXxy-73" style="endArrow=none;html=1;rounded=0;entryX=1;entryY=0.5;entryDx=0;entryDy=0;exitX=1;exitY=0.5;exitDx=0;exitDy=0;" target="3QeEdlnvxezNMO2gkXxy-83" value="">
          <mxGeometry height="50" relative="1" width="50" as="geometry">
            <Array as="points">
              <mxPoint x="510" y="575" />
              <mxPoint x="510" y="705" />
            </Array>
            <mxPoint x="380" y="730" as="sourcePoint" />
            <mxPoint x="430" y="680" as="targetPoint" />
          </mxGeometry>
        </mxCell>
        <mxCell id="3QeEdlnvxezNMO2gkXxy-85" parent="1" style="ellipse;whiteSpace=wrap;html=1;aspect=fixed;" value="" vertex="1">
          <mxGeometry height="10" width="10" x="315" y="740" as="geometry" />
        </mxCell>
        <mxCell id="3QeEdlnvxezNMO2gkXxy-86" parent="1" style="verticalAlign=top;align=left;overflow=fill;html=1;whiteSpace=wrap;" value="&lt;p style=&quot;margin:0px;margin-top:4px;text-align:center;&quot;&gt;&lt;b&gt;MultimodalTracker&lt;/b&gt;&lt;/p&gt;&lt;hr size=&quot;1&quot; style=&quot;border-style:solid;&quot;&gt;&lt;div style=&quot;height:2px;&quot;&gt;&lt;/div&gt;" vertex="1">
          <mxGeometry height="150" width="140" x="59" y="660" as="geometry" />
        </mxCell>
        <mxCell id="3QeEdlnvxezNMO2gkXxy-87" parent="1" style="html=1;whiteSpace=wrap;" value="tracks:Track[*]" vertex="1">
          <mxGeometry height="30" width="110" x="74" y="690" as="geometry" />
        </mxCell>
        <mxCell id="3QeEdlnvxezNMO2gkXxy-88" parent="1" style="html=1;whiteSpace=wrap;" value="positionSmoothK:float" vertex="1">
          <mxGeometry height="30" width="120" x="70" y="730" as="geometry" />
        </mxCell>
        <mxCell id="3QeEdlnvxezNMO2gkXxy-89" parent="1" style="html=1;whiteSpace=wrap;" value="gateThreshold:float" vertex="1">
          <mxGeometry height="30" width="110" x="75" y="770" as="geometry" />
        </mxCell>
        <mxCell id="3QeEdlnvxezNMO2gkXxy-90" parent="1" style="whiteSpace=wrap;html=1;aspect=fixed;" value="" vertex="1">
          <mxGeometry height="15" width="15" x="194" y="737.5" as="geometry" />
        </mxCell>
        <mxCell id="3QeEdlnvxezNMO2gkXxy-91" edge="1" parent="1" source="3QeEdlnvxezNMO2gkXxy-90" style="endArrow=none;html=1;rounded=0;entryX=0;entryY=0.5;entryDx=0;entryDy=0;exitX=1;exitY=0.5;exitDx=0;exitDy=0;" target="3QeEdlnvxezNMO2gkXxy-85" value="">
          <mxGeometry height="50" relative="1" width="50" as="geometry">
            <mxPoint x="140" y="740" as="sourcePoint" />
            <mxPoint x="190" y="690" as="targetPoint" />
          </mxGeometry>
        </mxCell>
        <mxCell id="3QeEdlnvxezNMO2gkXxy-92" parent="1" style="verticalAlign=top;align=left;overflow=fill;html=1;whiteSpace=wrap;" value="&lt;p style=&quot;margin:0px;margin-top:4px;text-align:center;&quot;&gt;&lt;b&gt;WorldAnchoredTracker&lt;/b&gt;&lt;/p&gt;&lt;hr size=&quot;1&quot; style=&quot;border-style:solid;&quot;&gt;&lt;div style=&quot;height:2px;&quot;&gt;&lt;/div&gt;" vertex="1">
          <mxGeometry height="110" width="140" x="59" y="840" as="geometry" />
        </mxCell>
        <mxCell id="3QeEdlnvxezNMO2gkXxy-93" parent="1" style="html=1;whiteSpace=wrap;" value="anchors:Track[*]" vertex="1">
          <mxGeometry height="30" width="110" x="75" y="870" as="geometry" />
        </mxCell>
        <mxCell id="3QeEdlnvxezNMO2gkXxy-94" parent="1" style="html=1;whiteSpace=wrap;" value="Timeout:float" vertex="1">
          <mxGeometry height="30" width="110" x="74" y="910" as="geometry" />
        </mxCell>
        <mxCell id="3QeEdlnvxezNMO2gkXxy-96" parent="1" style="verticalAlign=top;align=left;overflow=fill;html=1;whiteSpace=wrap;" value="&lt;p style=&quot;margin:0px;margin-top:4px;text-align:center;&quot;&gt;&lt;b&gt;BoxRenderer&lt;/b&gt;&lt;/p&gt;&lt;hr size=&quot;1&quot; style=&quot;border-style:solid;&quot;&gt;&lt;div style=&quot;height:2px;&quot;&gt;&lt;/div&gt;" vertex="1">
          <mxGeometry height="150" width="140" x="320" y="840" as="geometry" />
        </mxCell>
        <mxCell id="3QeEdlnvxezNMO2gkXxy-97" parent="1" style="html=1;whiteSpace=wrap;" value="lineRenderer" vertex="1">
          <mxGeometry height="30" width="110" x="334" y="870" as="geometry" />
        </mxCell>
        <mxCell id="3QeEdlnvxezNMO2gkXxy-98" parent="1" style="html=1;whiteSpace=wrap;" value="labelCanvas" vertex="1">
          <mxGeometry height="30" width="110" x="334" y="910" as="geometry" />
        </mxCell>
        <mxCell id="3QeEdlnvxezNMO2gkXxy-99" parent="1" style="html=1;whiteSpace=wrap;" value="updateRate:int" vertex="1">
          <mxGeometry height="30" width="110" x="334" y="950" as="geometry" />
        </mxCell>
        <mxCell id="3QeEdlnvxezNMO2gkXxy-100" parent="1" style="ellipse;whiteSpace=wrap;html=1;aspect=fixed;" value="" vertex="1">
          <mxGeometry height="10" width="10" x="194" y="900" as="geometry" />
        </mxCell>
        <mxCell id="3QeEdlnvxezNMO2gkXxy-101" edge="1" parent="1" source="3QeEdlnvxezNMO2gkXxy-86" style="endArrow=none;html=1;rounded=0;entryX=0.5;entryY=0;entryDx=0;entryDy=0;exitX=0.5;exitY=1;exitDx=0;exitDy=0;" target="3QeEdlnvxezNMO2gkXxy-92" value="">
          <mxGeometry height="50" relative="1" width="50" as="geometry">
            <mxPoint x="220" y="750" as="sourcePoint" />
            <mxPoint x="326" y="750" as="targetPoint" />
          </mxGeometry>
        </mxCell>
        <mxCell id="3QeEdlnvxezNMO2gkXxy-103" edge="1" parent="1" source="3QeEdlnvxezNMO2gkXxy-96" style="endArrow=none;html=1;rounded=0;entryX=1;entryY=0.5;entryDx=0;entryDy=0;exitX=-0.001;exitY=0.44;exitDx=0;exitDy=0;exitPerimeter=0;" target="3QeEdlnvxezNMO2gkXxy-100" value="">
          <mxGeometry height="50" relative="1" width="50" as="geometry">
            <mxPoint x="190" y="960" as="sourcePoint" />
            <mxPoint x="240" y="910" as="targetPoint" />
          </mxGeometry>
        </mxCell>
        <mxCell id="3QeEdlnvxezNMO2gkXxy-104" parent="1" style="text;html=1;whiteSpace=wrap;strokeColor=none;fillColor=none;align=center;verticalAlign=middle;rounded=0;" value="画像+ID" vertex="1">
          <mxGeometry height="30" width="60" x="224" y="550" as="geometry" />
        </mxCell>
        <mxCell id="3QeEdlnvxezNMO2gkXxy-105" parent="1" style="text;html=1;whiteSpace=wrap;strokeColor=none;fillColor=none;align=center;verticalAlign=middle;rounded=0;" value="画像+ID" vertex="1">
          <mxGeometry height="30" width="60" x="530" y="550" as="geometry" />
        </mxCell>
        <mxCell id="3QeEdlnvxezNMO2gkXxy-106" parent="1" style="text;html=1;whiteSpace=wrap;strokeColor=none;fillColor=none;align=center;verticalAlign=middle;rounded=0;" value="正規化座標+ID" vertex="1">
          <mxGeometry height="30" width="91" x="509" y="667.5" as="geometry" />
        </mxCell>
        <mxCell id="3QeEdlnvxezNMO2gkXxy-107" parent="1" style="text;html=1;whiteSpace=wrap;strokeColor=none;fillColor=none;align=center;verticalAlign=middle;rounded=0;" value="Detecrion[*]" vertex="1">
          <mxGeometry height="30" width="60" x="230" y="720" as="geometry" />
        </mxCell>
        <mxCell id="3QeEdlnvxezNMO2gkXxy-108" parent="1" style="text;html=1;whiteSpace=wrap;strokeColor=none;fillColor=none;align=center;verticalAlign=middle;rounded=0;" value="Track[*](CONFIRMED)" vertex="1">
          <mxGeometry height="30" width="60" x="144" y="810" as="geometry" />
        </mxCell>
        <mxCell id="3QeEdlnvxezNMO2gkXxy-109" parent="1" style="text;html=1;whiteSpace=wrap;strokeColor=none;fillColor=none;align=center;verticalAlign=middle;rounded=0;" value="AnchoredTrack[*]&lt;div&gt;worldPose&lt;/div&gt;" vertex="1">
          <mxGeometry height="30" width="60" x="231" y="870" as="geometry" />
        </mxCell>
      </root>
    </mxGraphModel>
  </diagram>
</mxfile>
